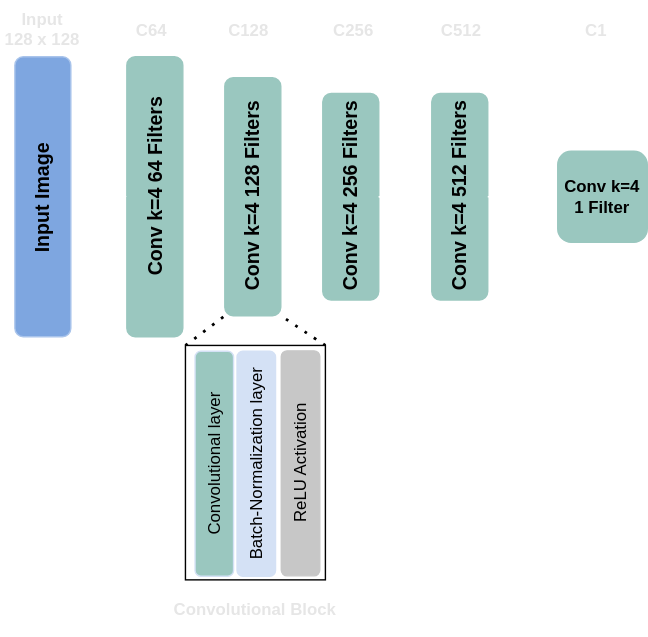
Above: docs/DiscriminatorDraw.svg in agustinroviraquezada/MRI_T1_T2_CycleGAN (draw.io), before the change. Source tidied: cells renumbered, new cells last; positions are measured from the earlier drawing's top-left corner, leaving out a move shared by most shapes.
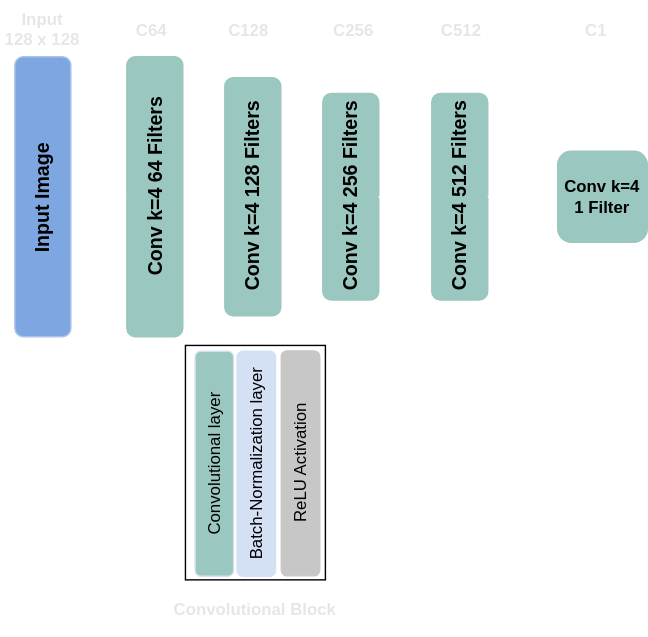
Above is the later version.

Diff of the diagram source:
```diff
@@ -64,10 +64,10 @@
     <mxCell id="19" value="&lt;b&gt;&lt;font style=&quot;font-size: 14px;&quot;&gt;Input Image&lt;/font&gt;&lt;/b&gt;" style="text;whiteSpace=wrap;html=1;rotation=-90;" parent="1" vertex="1">
       <mxGeometry y="125" width="84.2" height="30" as="geometry" />
     </mxCell>
-    <mxCell id="20" style="endArrow=none;dashed=1;html=1;dashPattern=1 3;strokeWidth=2;rounded=0;curved=1;entryX=1;entryY=0;entryDx=0;entryDy=0;exitX=1;exitY=0;exitDx=0;exitDy=0;" parent="1" edge="1" source="22" target="5">
+    <mxCell id="20" style="endArrow=none;dashed=1;html=1;dashPattern=1 3;strokeWidth=2;rounded=0;curved=1;entryX=1;entryY=0;entryDx=0;entryDy=0;exitX=1;exitY=0;exitDx=0;exitDy=0;strokeColor=#FFFFFF;" parent="1" edge="1" source="22" target="5">
       <mxGeometry relative="1" as="geometry" />
     </mxCell>
-    <mxCell id="21" style="endArrow=none;dashed=1;html=1;dashPattern=1 3;strokeWidth=2;rounded=0;curved=1;entryX=0;entryY=0;entryDx=0;entryDy=0;exitX=1;exitY=1;exitDx=0;exitDy=0;" parent="1" edge="1" source="22" target="5">
+    <mxCell id="21" style="endArrow=none;dashed=1;html=1;dashPattern=1 3;strokeWidth=2;rounded=0;curved=1;entryX=0;entryY=0;entryDx=0;entryDy=0;exitX=1;exitY=1;exitDx=0;exitDy=0;strokeColor=#FFFFFF;" parent="1" edge="1" source="22" target="5">
       <mxGeometry relative="1" as="geometry" />
     </mxCell>
     <mxCell id="22" style="rounded=0;whiteSpace=wrap;html=1;rotation=-90;" parent="1" vertex="1">
```
